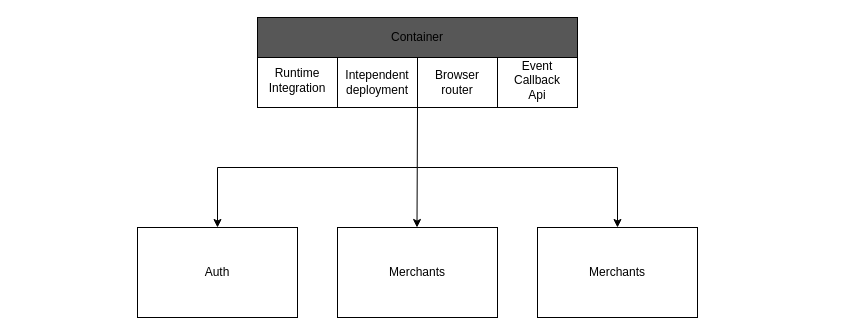
Above: diagram.drawio in nikolaygelemerov/microfrontend-module-federation (draw.io), before the change. Source tidied: cells renumbered, new cells numbered last; positions are measured from the earlier drawing's top-left corner, leaving out a move shared by most shapes. Both pictures are drawn from the tidied source at 100%, with x=0, y=0 at pixel (137, 17).
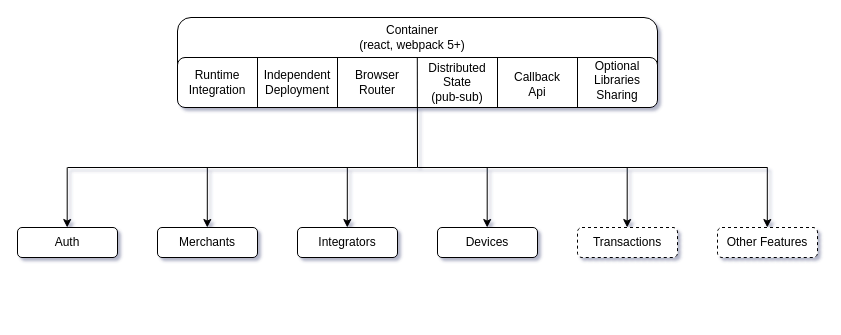
Above is the later version.

Commit message (it also covers changes not shown here):
created container deploy script

Diff of the diagram source:
```diff
@@
-<mxGraphModel>
+<mxGraphModel shadow="1">
@@
-    <mxCell id="2" style="rounded=0;whiteSpace=wrap;html=1;labelBackgroundColor=#3C4D3C;fillColor=#575757;" parent="1" vertex="1">
-      <mxGeometry x="120" width="320" height="90" as="geometry" />
+    <mxCell id="2" style="whiteSpace=wrap;html=1;rounded=1;" parent="1" vertex="1">
+      <mxGeometry x="40" width="480" height="90" as="geometry" />
     </mxCell>
     <mxCell id="3" style="endArrow=none;html=1;" parent="1" edge="1">
       <mxGeometry relative="1" as="geometry">
-        <mxPoint x="80" y="150" as="sourcePoint" />
+        <mxPoint x="-70" y="150" as="sourcePoint" />
         <mxPoint x="280" y="150" as="targetPoint" />
       </mxGeometry>
     </mxCell>
     <mxCell id="4" style="endArrow=classic;html=1;" parent="1" edge="1">
       <mxGeometry relative="1" as="geometry">
-        <mxPoint x="80" y="150" as="sourcePoint" />
-        <mxPoint x="80" y="210" as="targetPoint" />
+        <mxPoint x="-70.3" y="150" as="sourcePoint" />
+        <mxPoint x="-70.3" y="210" as="targetPoint" />
       </mxGeometry>
     </mxCell>
-    <mxCell id="5" value="Auth" style="rounded=0;whiteSpace=wrap;html=1;" parent="1" vertex="1">
-      <mxGeometry y="210" width="160" height="90" as="geometry" />
-    </mxCell>
-    <mxCell id="6" value="Merchants" style="rounded=0;whiteSpace=wrap;html=1;" parent="1" vertex="1">
-      <mxGeometry x="200" y="210" width="160" height="90" as="geometry" />
+    <mxCell id="6" value="Auth" style="whiteSpace=wrap;html=1;rounded=1;" parent="1" vertex="1">
+      <mxGeometry x="-120" y="210" width="100" height="30" as="geometry" />
     </mxCell>
-    <mxCell id="7" style="endArrow=classic;html=1;exitX=0.5;exitY=1;exitDx=0;exitDy=0;" parent="1" edge="1" source="2">
-      <mxGeometry relative="1" as="geometry">
-        <mxPoint x="279.5" y="210" as="targetPoint" />
-      </mxGeometry>
-    </mxCell>
     <mxCell id="8" style="endArrow=none;html=1;" parent="1" edge="1">
       <mxGeometry relative="1" as="geometry">
         <mxPoint x="280" y="150" as="sourcePoint" />
-        <mxPoint x="480" y="150" as="targetPoint" />
+        <mxPoint x="630" y="150" as="targetPoint" />
       </mxGeometry>
     </mxCell>
-    <mxCell id="9" value="Merchants" style="rounded=0;whiteSpace=wrap;html=1;" parent="1" vertex="1">
-      <mxGeometry x="400" y="210" width="160" height="90" as="geometry" />
-    </mxCell>
     <mxCell id="10" style="endArrow=classic;html=1;" parent="1" edge="1">
       <mxGeometry relative="1" as="geometry">
-        <mxPoint x="480" y="150" as="sourcePoint" />
-        <mxPoint x="480" y="210" as="targetPoint" />
+        <mxPoint x="489.7" y="150" as="sourcePoint" />
+        <mxPoint x="489.7" y="210" as="targetPoint" />
       </mxGeometry>
     </mxCell>
-    <mxCell id="11" value="Container" style="text;html=1;strokeColor=none;fillColor=none;align=center;verticalAlign=middle;whiteSpace=wrap;rounded=0;" parent="1" vertex="1">
-      <mxGeometry x="260" y="10" width="40" height="20" as="geometry" />
+    <mxCell id="11" value="Container&lt;br&gt;(react, webpack 5+)" style="text;html=1;strokeColor=none;fillColor=none;align=center;verticalAlign=middle;whiteSpace=wrap;rounded=1;" parent="1" vertex="1">
+      <mxGeometry x="220" y="10" width="110" height="20" as="geometry" />
     </mxCell>
-    <mxCell id="12" value="&lt;br&gt;&lt;br style=&quot;color: rgb(240 , 240 , 240) ; font-family: &amp;#34;helvetica&amp;#34; ; font-size: 12px ; font-style: normal ; font-weight: 400 ; letter-spacing: normal ; text-align: center ; text-indent: 0px ; text-transform: none ; word-spacing: 0px ; background-color: rgb(42 , 42 , 42)&quot;&gt;&lt;br&gt;" style="rounded=0;whiteSpace=wrap;html=1;" parent="1" vertex="1">
-      <mxGeometry x="120" y="40" width="320" height="50" as="geometry" />
+    <mxCell id="12" value="&lt;br&gt;&lt;br style=&quot;color: rgb(240 , 240 , 240) ; font-family: &amp;#34;helvetica&amp;#34; ; font-size: 12px ; font-style: normal ; font-weight: 400 ; letter-spacing: normal ; text-align: center ; text-indent: 0px ; text-transform: none ; word-spacing: 0px ; background-color: rgb(42 , 42 , 42)&quot;&gt;&lt;br&gt;" style="whiteSpace=wrap;html=1;rounded=1;" parent="1" vertex="1">
+      <mxGeometry x="40" y="40" width="480" height="50" as="geometry" />
     </mxCell>
-    <mxCell id="13" style="endArrow=none;html=1;entryX=0.25;entryY=0;entryDx=0;entryDy=0;exitX=0.25;exitY=1;exitDx=0;exitDy=0;" parent="1" edge="1" source="12" target="12">
-      <mxGeometry relative="1" as="geometry" />
-    </mxCell>
-    <mxCell id="14" style="endArrow=none;html=1;entryX=0.5;entryY=0;entryDx=0;entryDy=0;exitX=0.5;exitY=1;exitDx=0;exitDy=0;" parent="1" edge="1" source="12" target="12">
-      <mxGeometry relative="1" as="geometry" />
-    </mxCell>
-    <mxCell id="15" value="Event&lt;br&gt;Callback&lt;br&gt;Api" style="text;html=1;strokeColor=none;fillColor=none;align=center;verticalAlign=middle;whiteSpace=wrap;rounded=0;" parent="1" vertex="1">
-      <mxGeometry x="380" y="52.5" width="40" height="20" as="geometry" />
+    <mxCell id="15" value="&lt;br&gt;Callback&lt;br&gt;Api" style="text;html=1;strokeColor=none;fillColor=none;align=center;verticalAlign=middle;whiteSpace=wrap;rounded=1;" parent="1" vertex="1">
+      <mxGeometry x="380" y="50" width="40" height="20" as="geometry" />
     </mxCell>
@@
-    <mxCell id="17" value="Runtime&lt;br&gt;Integration" style="text;html=1;strokeColor=none;fillColor=none;align=center;verticalAlign=middle;whiteSpace=wrap;rounded=0;" parent="1" vertex="1">
-      <mxGeometry x="140" y="55" width="40" height="15" as="geometry" />
-    </mxCell>
-    <mxCell id="18" value="Intependent&lt;br&gt;deployment" style="text;html=1;strokeColor=none;fillColor=none;align=center;verticalAlign=middle;whiteSpace=wrap;rounded=0;" parent="1" vertex="1">
-      <mxGeometry x="220" y="57.5" width="40" height="15" as="geometry" />
+    <mxCell id="18" value="Independent&lt;br&gt;Deployment" style="text;html=1;strokeColor=none;fillColor=none;align=center;verticalAlign=middle;whiteSpace=wrap;rounded=1;" parent="1" vertex="1">
+      <mxGeometry x="140" y="57.5" width="40" height="15" as="geometry" />
     </mxCell>
-    <mxCell id="19" value="Browser&lt;br&gt;router" style="text;html=1;strokeColor=none;fillColor=none;align=center;verticalAlign=middle;whiteSpace=wrap;rounded=0;" parent="1" vertex="1">
-      <mxGeometry x="300" y="57.5" width="40" height="15" as="geometry" />
+    <mxCell id="19" value="Browser&lt;br&gt;Router" style="text;html=1;strokeColor=none;fillColor=none;align=center;verticalAlign=middle;whiteSpace=wrap;rounded=1;" parent="1" vertex="1">
+      <mxGeometry x="220" y="57.5" width="40" height="15" as="geometry" />
     </mxCell>
+    <mxCell id="20" style="endArrow=none;html=1;entryX=0.5;entryY=0;entryDx=0;entryDy=0;exitX=0.5;exitY=1;exitDx=0;exitDy=0;" parent="1" edge="1">
+      <mxGeometry relative="1" as="geometry">
+        <mxPoint x="200" y="90" as="sourcePoint" />
+        <mxPoint x="200" y="40" as="targetPoint" />
+      </mxGeometry>
+    </mxCell>
+    <mxCell id="21" style="endArrow=none;html=1;entryX=0.5;entryY=0;entryDx=0;entryDy=0;" parent="1" edge="1">
+      <mxGeometry relative="1" as="geometry">
+        <mxPoint x="280" y="150" as="sourcePoint" />
+        <mxPoint x="279.8" y="40" as="targetPoint" />
+      </mxGeometry>
+    </mxCell>
+    <mxCell id="22" style="endArrow=none;html=1;entryX=0.5;entryY=0;entryDx=0;entryDy=0;exitX=0.5;exitY=1;exitDx=0;exitDy=0;" parent="1" edge="1">
+      <mxGeometry relative="1" as="geometry">
+        <mxPoint x="440" y="90" as="sourcePoint" />
+        <mxPoint x="440" y="40" as="targetPoint" />
+      </mxGeometry>
+    </mxCell>
+    <mxCell id="23" value="Optional&lt;br&gt;Libraries&lt;br&gt;Sharing" style="text;html=1;strokeColor=none;fillColor=none;align=center;verticalAlign=middle;whiteSpace=wrap;rounded=1;" parent="1" vertex="1">
+      <mxGeometry x="460" y="52.5" width="40" height="20" as="geometry" />
+    </mxCell>
+    <mxCell id="24" style="endArrow=none;html=1;entryX=0.5;entryY=0;entryDx=0;entryDy=0;exitX=0.5;exitY=1;exitDx=0;exitDy=0;" parent="1" edge="1">
+      <mxGeometry relative="1" as="geometry">
+        <mxPoint x="120" y="90" as="sourcePoint" />
+        <mxPoint x="120" y="40" as="targetPoint" />
+      </mxGeometry>
+    </mxCell>
+    <mxCell id="17" value="Runtime&lt;br&gt;Integration" style="text;html=1;strokeColor=none;fillColor=none;align=center;verticalAlign=middle;whiteSpace=wrap;rounded=1;" parent="1" vertex="1">
+      <mxGeometry x="60" y="57.5" width="40" height="15" as="geometry" />
+    </mxCell>
+    <mxCell id="25" value="Distributed&lt;br&gt;State&lt;br&gt;(pub-sub)" style="text;html=1;strokeColor=none;fillColor=none;align=center;verticalAlign=middle;whiteSpace=wrap;rounded=1;" parent="1" vertex="1">
+      <mxGeometry x="290" y="55" width="60" height="20" as="geometry" />
+    </mxCell>
+    <mxCell id="26" style="endArrow=classic;html=1;" parent="1" edge="1">
+      <mxGeometry relative="1" as="geometry">
+        <mxPoint x="69.8" y="150" as="sourcePoint" />
+        <mxPoint x="69.8" y="210" as="targetPoint" />
+      </mxGeometry>
+    </mxCell>
+    <mxCell id="9" value="Merchants" style="whiteSpace=wrap;html=1;rounded=1;" parent="1" vertex="1">
+      <mxGeometry x="20" y="210" width="100" height="30" as="geometry" />
+    </mxCell>
+    <mxCell id="27" value="Integrators" style="whiteSpace=wrap;html=1;rounded=1;" parent="1" vertex="1">
+      <mxGeometry x="160" y="210" width="100" height="30" as="geometry" />
+    </mxCell>
+    <mxCell id="28" value="Transactions" style="whiteSpace=wrap;html=1;dashed=1;rounded=1;" parent="1" vertex="1">
+      <mxGeometry x="440" y="210" width="100" height="30" as="geometry" />
+    </mxCell>
+    <mxCell id="29" style="endArrow=classic;html=1;" parent="1" edge="1">
+      <mxGeometry relative="1" as="geometry">
+        <mxPoint x="209.8" y="150" as="sourcePoint" />
+        <mxPoint x="209.8" y="210" as="targetPoint" />
+      </mxGeometry>
+    </mxCell>
+    <mxCell id="30" value="Devices" style="whiteSpace=wrap;html=1;rounded=1;" parent="1" vertex="1">
+      <mxGeometry x="300" y="210" width="100" height="30" as="geometry" />
+    </mxCell>
+    <mxCell id="31" style="endArrow=classic;html=1;" parent="1" edge="1">
+      <mxGeometry relative="1" as="geometry">
+        <mxPoint x="349.7" y="150" as="sourcePoint" />
+        <mxPoint x="349.7" y="210" as="targetPoint" />
+      </mxGeometry>
+    </mxCell>
+    <mxCell id="32" value="Other Features" style="whiteSpace=wrap;html=1;dashed=1;rounded=1;" parent="1" vertex="1">
+      <mxGeometry x="580" y="210" width="100" height="30" as="geometry" />
+    </mxCell>
+    <mxCell id="33" style="endArrow=classic;html=1;" parent="1" edge="1">
+      <mxGeometry relative="1" as="geometry">
+        <mxPoint x="629.8" y="150" as="sourcePoint" />
+        <mxPoint x="629.8" y="210" as="targetPoint" />
+      </mxGeometry>
+    </mxCell>
```
